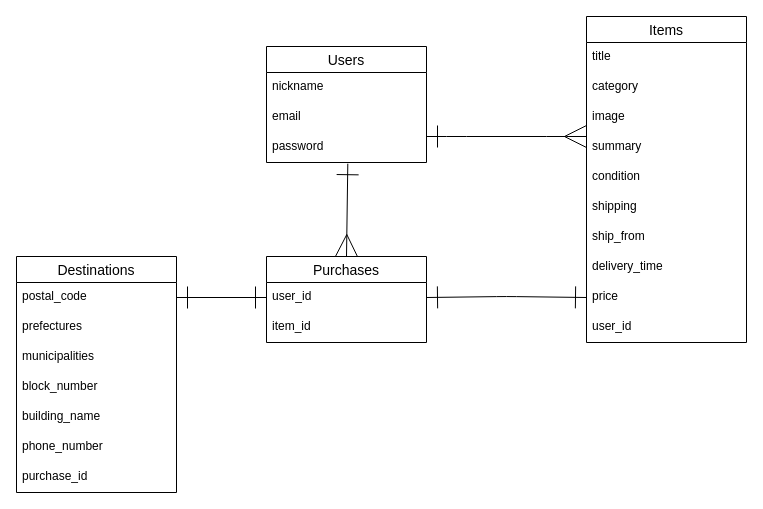
Above: furima.dio in koala5656/furima-39948 (draw.io), before the change. Source tidied: cells renumbered, new cells numbered last; positions are measured from the earlier drawing's top-left corner, leaving out a move shared by most shapes. Both pictures are drawn from the tidied source at 100%, with x=0, y=0 at pixel (16, 16).
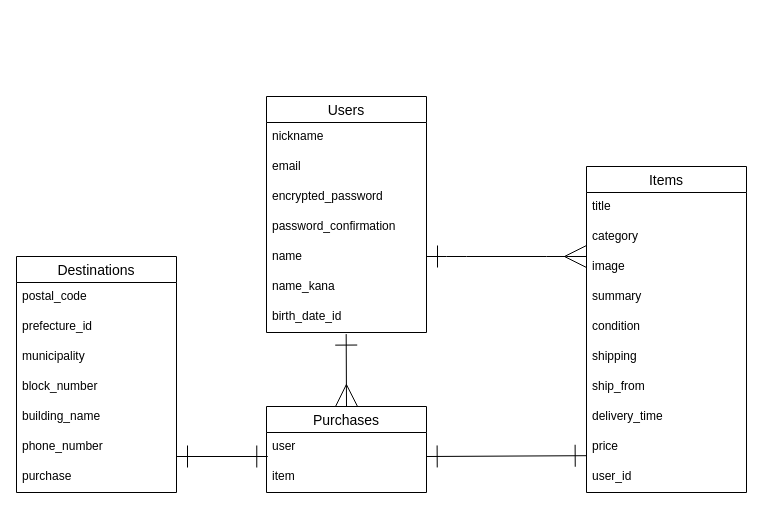
The same page after the edit.

Commit message (it also covers changes not shown here):
ER図およびREADMRの修正

The change refers to these unchanged cells:
```xml
<mxCell id="15" value="price" style="text;strokeColor=none;fillColor=none;spacingLeft=4;spacingRight=4;overflow=hidden;points=[[0,0.5],[1,0.5]];portConstraint=eastwest;fontSize=12;" parent="6" vertex="1">
  <mxGeometry y="266" width="160" height="30" as="geometry" />
</mxCell>
<mxCell id="20" value="Destinations" style="swimlane;fontStyle=0;horizontal=1;startSize=26;align=center;fontSize=14;" parent="1" vertex="1">
  <mxGeometry y="240" width="160" height="236" as="geometry" />
</mxCell>
<mxCell id="21" value="postal_code" style="text;strokeColor=none;fillColor=none;spacingLeft=4;spacingRight=4;overflow=hidden;points=[[0,0.5],[1,0.5]];portConstraint=eastwest;fontSize=12;" parent="20" vertex="1">
  <mxGeometry y="26" width="160" height="30" as="geometry" />
</mxCell>
```

Change to the diagram source:
```diff
@@
     <mxCell id="2" value="Users" style="swimlane;fontStyle=0;horizontal=1;startSize=26;align=center;fontSize=14;" parent="1" vertex="1">
-      <mxGeometry x="250" y="30" width="160" height="116" as="geometry" />
+      <mxGeometry x="250" y="80" width="160" height="236" as="geometry" />
     </mxCell>
@@
-    <mxCell id="5" value="password" style="text;strokeColor=none;fillColor=none;spacingLeft=4;spacingRight=4;overflow=hidden;fontSize=12;" parent="2" vertex="1">
+    <mxCell id="5" value="encrypted_password" style="text;strokeColor=none;fillColor=none;spacingLeft=4;spacingRight=4;overflow=hidden;fontSize=12;" parent="2" vertex="1">
       <mxGeometry y="86" width="160" height="30" as="geometry" />
     </mxCell>
+    <mxCell id="32" value="password_confirmation&#10;" style="text;strokeColor=none;fillColor=none;spacingLeft=4;spacingRight=4;overflow=hidden;fontSize=12;" parent="2" vertex="1">
+      <mxGeometry y="116" width="160" height="30" as="geometry" />
+    </mxCell>
+    <mxCell id="33" value="name" style="text;strokeColor=none;fillColor=none;spacingLeft=4;spacingRight=4;overflow=hidden;fontSize=12;" parent="2" vertex="1">
+      <mxGeometry y="146" width="160" height="30" as="geometry" />
+    </mxCell>
+    <mxCell id="34" value="name_kana" style="text;strokeColor=none;fillColor=none;spacingLeft=4;spacingRight=4;overflow=hidden;fontSize=12;" parent="2" vertex="1">
+      <mxGeometry y="176" width="160" height="30" as="geometry" />
+    </mxCell>
+    <mxCell id="35" value="birth_date_id" style="text;strokeColor=none;fillColor=none;spacingLeft=4;spacingRight=4;overflow=hidden;points=[[0,0.5],[1,0.5]];portConstraint=eastwest;fontSize=12;" parent="2" vertex="1">
+      <mxGeometry y="206" width="160" height="30" as="geometry" />
+    </mxCell>
     <mxCell id="6" value="Items" style="swimlane;fontStyle=0;horizontal=1;startSize=26;align=center;fontSize=14;" parent="1" vertex="1">
-      <mxGeometry x="570" width="160" height="326" as="geometry" />
+      <mxGeometry x="570" y="150" width="160" height="326" as="geometry" />
     </mxCell>
@@
     <mxCell id="17" value="Purchases" style="swimlane;fontStyle=0;horizontal=1;startSize=26;align=center;fontSize=14;" parent="1" vertex="1">
-      <mxGeometry x="250" y="240" width="160" height="86" as="geometry" />
+      <mxGeometry x="250" y="390" width="160" height="86" as="geometry" />
     </mxCell>
-    <mxCell id="18" value="user_id" style="text;strokeColor=none;fillColor=none;spacingLeft=4;spacingRight=4;overflow=hidden;points=[[0,0.5],[1,0.5]];portConstraint=eastwest;fontSize=12;" parent="17" vertex="1">
+    <mxCell id="18" value="user" style="text;strokeColor=none;fillColor=none;spacingLeft=4;spacingRight=4;overflow=hidden;points=[[0,0.5],[1,0.5]];portConstraint=eastwest;fontSize=12;" parent="17" vertex="1">
       <mxGeometry y="26" width="160" height="30" as="geometry" />
     </mxCell>
-    <mxCell id="19" value="item_id" style="text;strokeColor=none;fillColor=none;spacingLeft=4;spacingRight=4;overflow=hidden;fontSize=12;" parent="17" vertex="1">
+    <mxCell id="19" value="item" style="text;strokeColor=none;fillColor=none;spacingLeft=4;spacingRight=4;overflow=hidden;fontSize=12;" parent="17" vertex="1">
       <mxGeometry y="56" width="160" height="30" as="geometry" />
     </mxCell>
@@
-    <mxCell id="22" value="prefectures" style="text;strokeColor=none;fillColor=none;spacingLeft=4;spacingRight=4;overflow=hidden;fontSize=12;" parent="20" vertex="1">
+    <mxCell id="22" value="prefecture_id" style="text;strokeColor=none;fillColor=none;spacingLeft=4;spacingRight=4;overflow=hidden;fontSize=12;" parent="20" vertex="1">
       <mxGeometry y="56" width="160" height="30" as="geometry" />
     </mxCell>
-    <mxCell id="23" value="municipalities" style="text;strokeColor=none;fillColor=none;spacingLeft=4;spacingRight=4;overflow=hidden;fontSize=12;" parent="20" vertex="1">
+    <mxCell id="23" value="municipality&#10;" style="text;strokeColor=none;fillColor=none;spacingLeft=4;spacingRight=4;overflow=hidden;fontSize=12;" parent="20" vertex="1">
       <mxGeometry y="86" width="160" height="30" as="geometry" />
     </mxCell>
@@
-    <mxCell id="27" value="purchase_id" style="text;strokeColor=none;fillColor=none;spacingLeft=4;spacingRight=4;overflow=hidden;fontSize=12;" parent="20" vertex="1">
+    <mxCell id="27" value="purchase" style="text;strokeColor=none;fillColor=none;spacingLeft=4;spacingRight=4;overflow=hidden;fontSize=12;" parent="20" vertex="1">
       <mxGeometry y="206" width="160" height="30" as="geometry" />
     </mxCell>
     <mxCell id="28" style="edgeStyle=entityRelationEdgeStyle;fontSize=12;html=1;endArrow=ERmany;startArrow=ERone;sourcePerimeterSpacing=5;startSize=20;rounded=1;endFill=0;startFill=0;targetPerimeterSpacing=5;endSize=20;" parent="1" edge="1">
       <mxGeometry relative="1" as="geometry">
-        <mxPoint x="410" y="120" as="sourcePoint" />
-        <mxPoint x="570" y="120" as="targetPoint" />
+        <mxPoint x="410" y="240" as="sourcePoint" />
+        <mxPoint x="570" y="240" as="targetPoint" />
       </mxGeometry>
     </mxCell>
-    <mxCell id="29" style="fontSize=12;html=1;endArrow=ERmany;rounded=1;startSize=20;endSize=20;sourcePerimeterSpacing=5;targetPerimeterSpacing=5;entryX=0.5;entryY=0;entryDx=0;entryDy=0;exitX=0.508;exitY=1.04;exitDx=0;exitDy=0;exitPerimeter=0;startArrow=ERone;startFill=0;" parent="1" edge="1" target="17">
-      <mxGeometry relative="1" as="geometry">
-        <mxPoint x="331.3" y="147.2" as="sourcePoint" />
-      </mxGeometry>
+    <mxCell id="29" style="fontSize=12;html=1;endArrow=ERmany;rounded=1;startSize=20;endSize=20;sourcePerimeterSpacing=5;targetPerimeterSpacing=5;entryX=0.5;entryY=0;entryDx=0;entryDy=0;startArrow=ERone;startFill=0;exitX=0.498;exitY=1.053;exitDx=0;exitDy=0;exitPerimeter=0;" parent="1" edge="1" source="35" target="17">
+      <mxGeometry relative="1" as="geometry" />
     </mxCell>
-    <mxCell id="30" style="fontSize=12;html=1;endArrow=ERone;endFill=1;rounded=1;startSize=20;endSize=20;sourcePerimeterSpacing=5;targetPerimeterSpacing=5;exitX=1;exitY=0.5;exitDx=0;exitDy=0;entryX=0;entryY=0.5;entryDx=0;entryDy=0;startArrow=ERone;startFill=0;" parent="1" edge="1" source="18" target="15">
-      <mxGeometry relative="1" as="geometry">
-        <Array as="points">
-          <mxPoint x="490" y="280" />
-        </Array>
-      </mxGeometry>
+    <mxCell id="30" style="fontSize=12;html=1;endArrow=ERone;endFill=1;rounded=1;startSize=20;endSize=20;sourcePerimeterSpacing=5;targetPerimeterSpacing=5;exitX=0.998;exitY=0.8;exitDx=0;exitDy=0;entryX=-0.002;entryY=0.773;entryDx=0;entryDy=0;startArrow=ERone;startFill=0;exitPerimeter=0;entryPerimeter=0;" parent="1" edge="1" source="18" target="15">
+      <mxGeometry relative="1" as="geometry" />
     </mxCell>
-    <mxCell id="31" style="edgeStyle=none;rounded=1;html=1;exitX=1;exitY=0.5;exitDx=0;exitDy=0;entryX=0;entryY=0.5;entryDx=0;entryDy=0;startArrow=ERone;startFill=0;endArrow=ERone;endFill=0;startSize=20;endSize=20;sourcePerimeterSpacing=5;targetPerimeterSpacing=5;" parent="1" edge="1" source="21" target="18">
-      <mxGeometry relative="1" as="geometry" />
+    <mxCell id="31" style="edgeStyle=none;rounded=1;html=1;entryX=0.008;entryY=0.8;entryDx=0;entryDy=0;startArrow=ERone;startFill=0;endArrow=ERone;endFill=0;startSize=20;endSize=20;sourcePerimeterSpacing=5;targetPerimeterSpacing=5;entryPerimeter=0;" parent="1" edge="1" target="18">
+      <mxGeometry relative="1" as="geometry">
+        <mxPoint x="160" y="440" as="sourcePoint" />
+      </mxGeometry>
     </mxCell>
```
